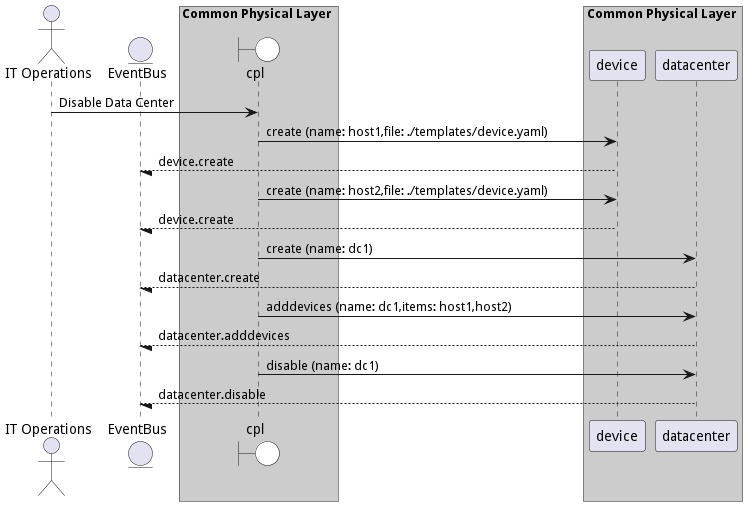
The PlantUML diagram docs/edgemere/cpl/usecases/managedatacenter/DisableDataCenter.png in madajaju/edgemere, before a commit. Its diagram source:
```plantuml
@startuml

actor "IT Operations"


entity EventBus

box Common Physical Layer #cccccc
    boundary cpl #white
end box


box Common Physical Layer #cccccc
            participant device
            participant datacenter
    end box


"IT Operations" -> cpl: Disable Data Center

    cpl -> "device": create (name: host1,file: ./templates/device.yaml)

    "device" --/ EventBus: device.create

    cpl -> "device": create (name: host2,file: ./templates/device.yaml)

    "device" --/ EventBus: device.create

    cpl -> "datacenter": create (name: dc1)

    "datacenter" --/ EventBus: datacenter.create

    cpl -> "datacenter": adddevices (name: dc1,items: host1,host2)

    "datacenter" --/ EventBus: datacenter.adddevices

    cpl -> "datacenter": disable (name: dc1)

    "datacenter" --/ EventBus: datacenter.disable



@enduml
```
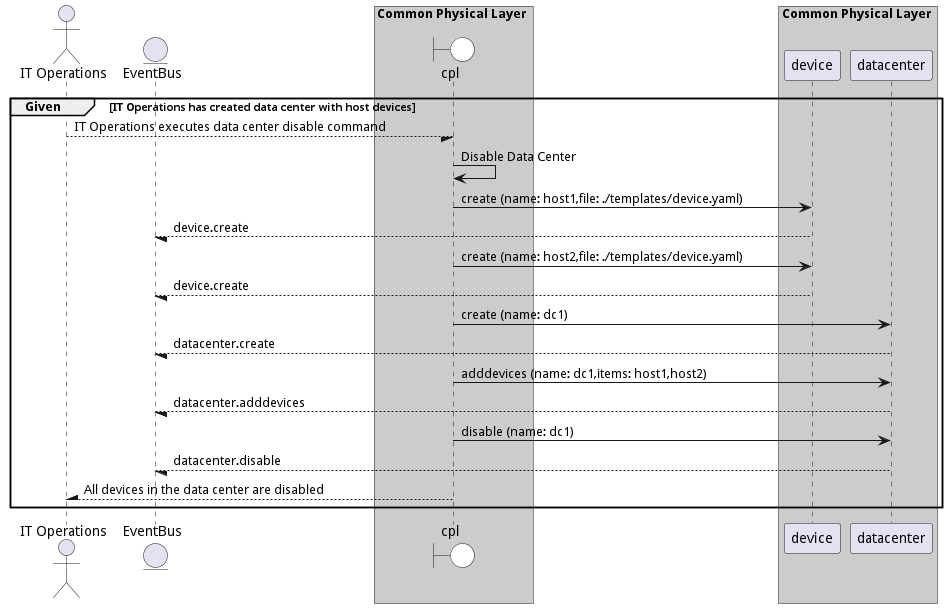
After the commit.

The edit, as a diff of the source:
```diff
@@ -1,4 +1,5 @@
 @startuml
+
 
 actor "IT Operations"
 
@@ -15,8 +16,10 @@
             participant datacenter
     end box
 
+group Given [IT Operations has created data center with host devices]
 
-"IT Operations" -> cpl: Disable Data Center
+"IT Operations" --/ cpl: IT Operations executes data center disable command
+"cpl" -> cpl: Disable Data Center
 
     cpl -> "device": create (name: host1,file: ./templates/device.yaml)
 
@@ -40,4 +43,9 @@
 
 
 
+"IT Operations" /-- cpl: All devices in the data center are disabled
+
+
+end
+
 @enduml
```
